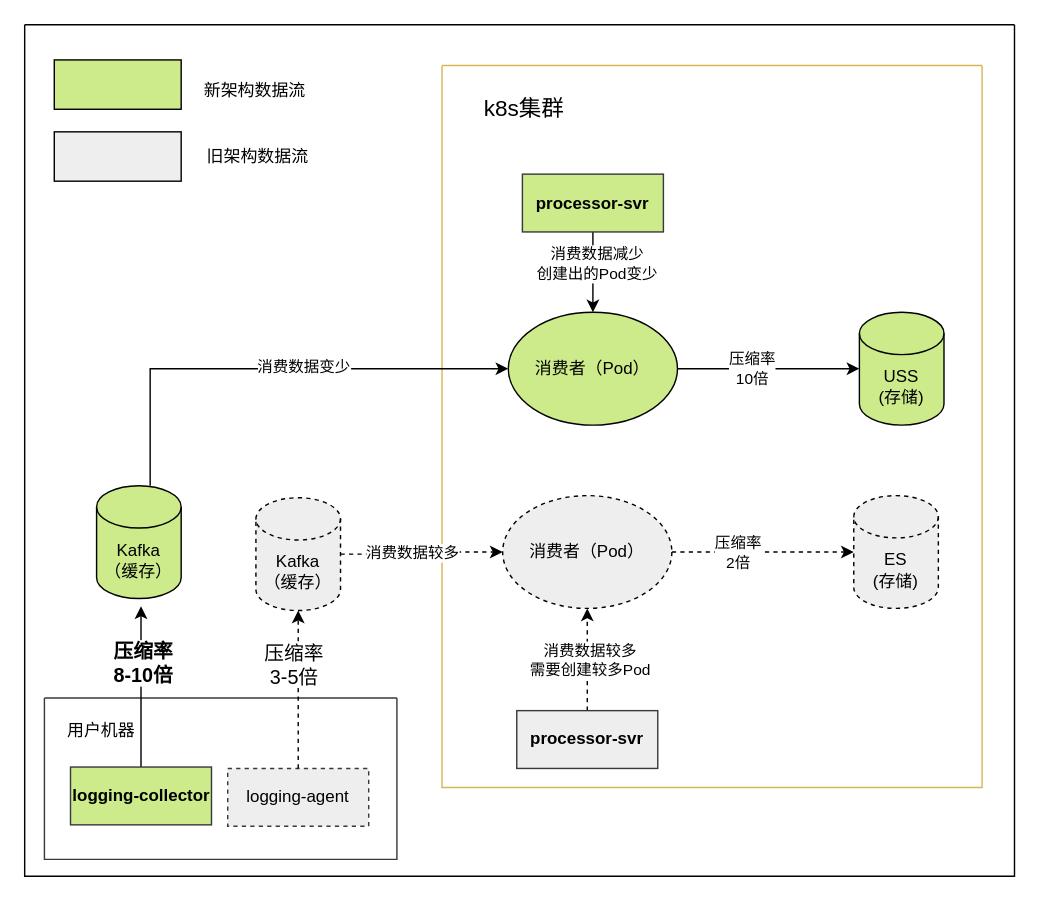
The draw.io diagram page "第 5 页" (5 of 7) of promotion.drawio in WebbingXu/draw, before the edit. Source tidied: cells renumbered, new cells numbered last; positions are measured from the earlier drawing's top-left corner, leaving out a move shared by most shapes. Both pictures are drawn from the tidied source at 141%, with x=0, y=0 at pixel (24, 24).
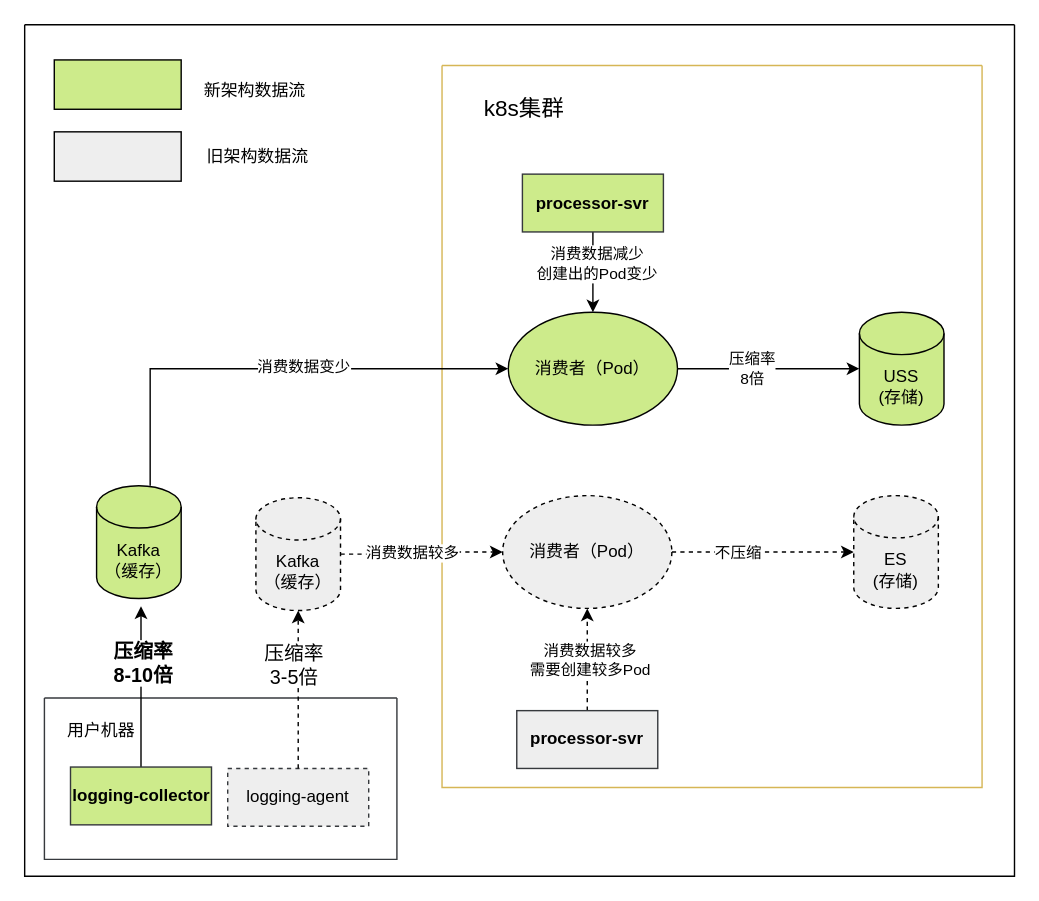
The same diagram, later.

Unchanged cells that the change refers to:
```xml
<mxCell id="4" style="edgeStyle=orthogonalEdgeStyle;rounded=0;jettySize=auto;html=1;entryX=0;entryY=0.5;entryDx=0;entryDy=0;entryPerimeter=0;dashed=1;" parent="3" edge="1" source="6" target="7">
  <mxGeometry relative="1" as="geometry" />
</mxCell>
<mxCell id="25" style="edgeStyle=orthogonalEdgeStyle;rounded=0;jettySize=auto;html=1;entryX=0;entryY=0.5;entryDx=0;entryDy=0;entryPerimeter=0;exitX=1;exitY=0.5;exitDx=0;exitDy=0;" parent="3" edge="1" source="23" target="24">
  <mxGeometry relative="1" as="geometry" />
</mxCell>
```

Diff of the diagram source:
```diff
@@
-    <mxCell id="5" value="压缩率&lt;br style=&quot;border-color: var(--border-color);&quot;&gt;2倍" style="edgeLabel;html=1;align=center;verticalAlign=middle;" parent="4" vertex="1">
+    <mxCell id="5" value="不压缩" style="edgeLabel;html=1;align=center;verticalAlign=middle;" parent="4" vertex="1">
       <mxGeometry x="-0.31" relative="1" as="geometry">
         <mxPoint x="1" as="offset" />
       </mxGeometry>
     </mxCell>
@@
-    <mxCell id="26" value="压缩率&lt;br style=&quot;border-color: var(--border-color);&quot;&gt;10倍" style="edgeLabel;html=1;align=center;verticalAlign=middle;" parent="25" vertex="1">
+    <mxCell id="26" value="压缩率&lt;br style=&quot;border-color: var(--border-color);&quot;&gt;8倍" style="edgeLabel;html=1;align=center;verticalAlign=middle;" parent="25" vertex="1">
       <mxGeometry x="-0.19" y="1" relative="1" as="geometry" />
     </mxCell>
```
